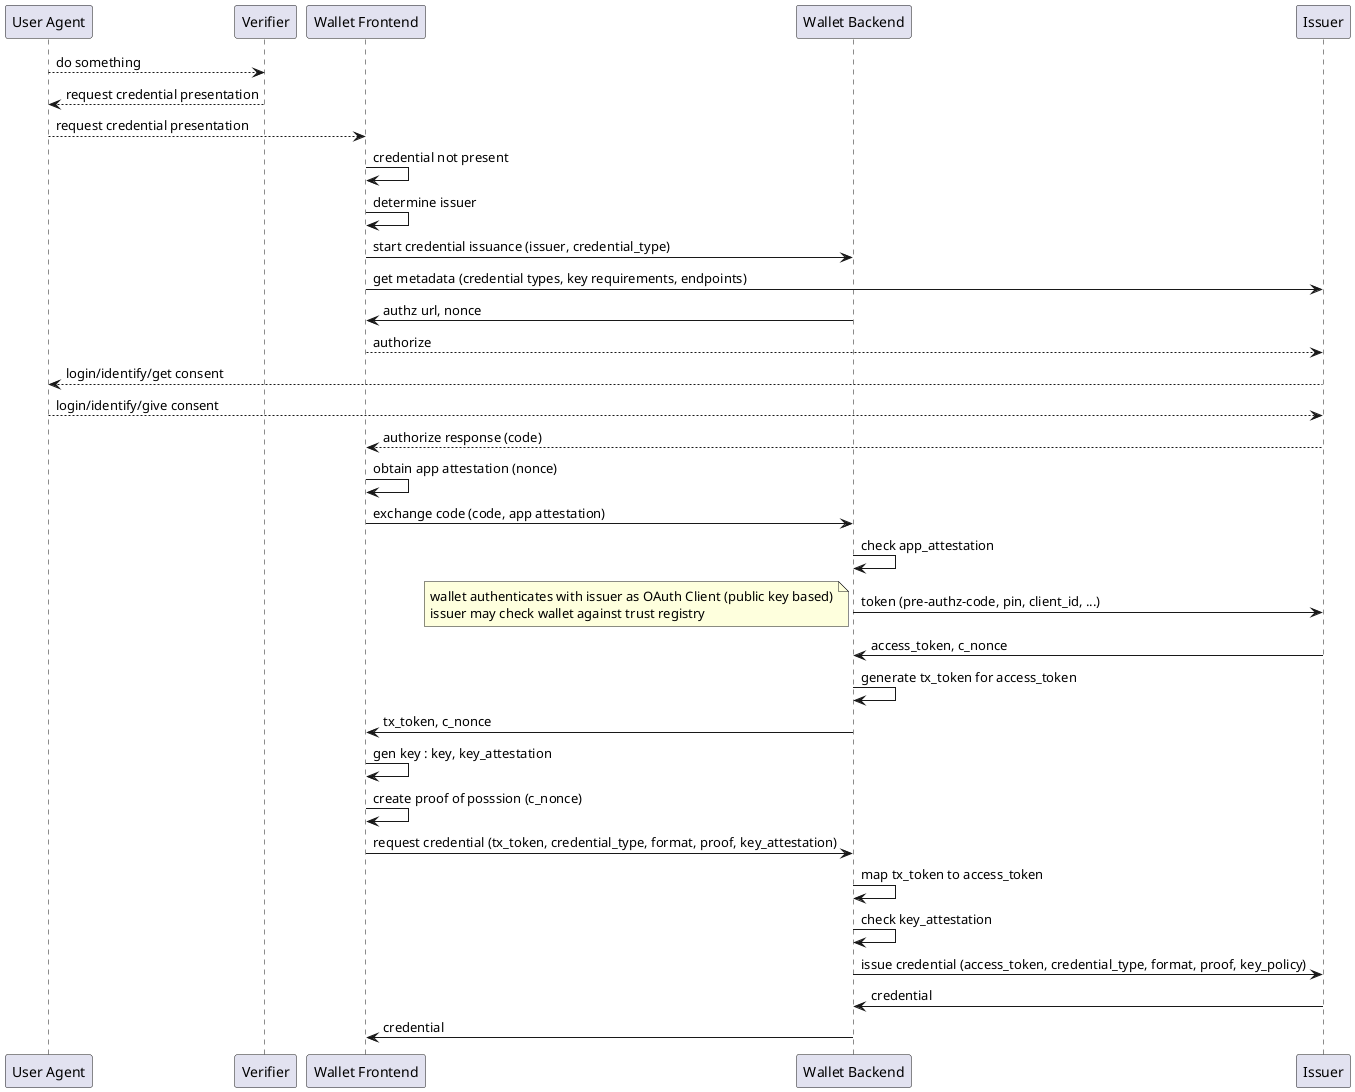
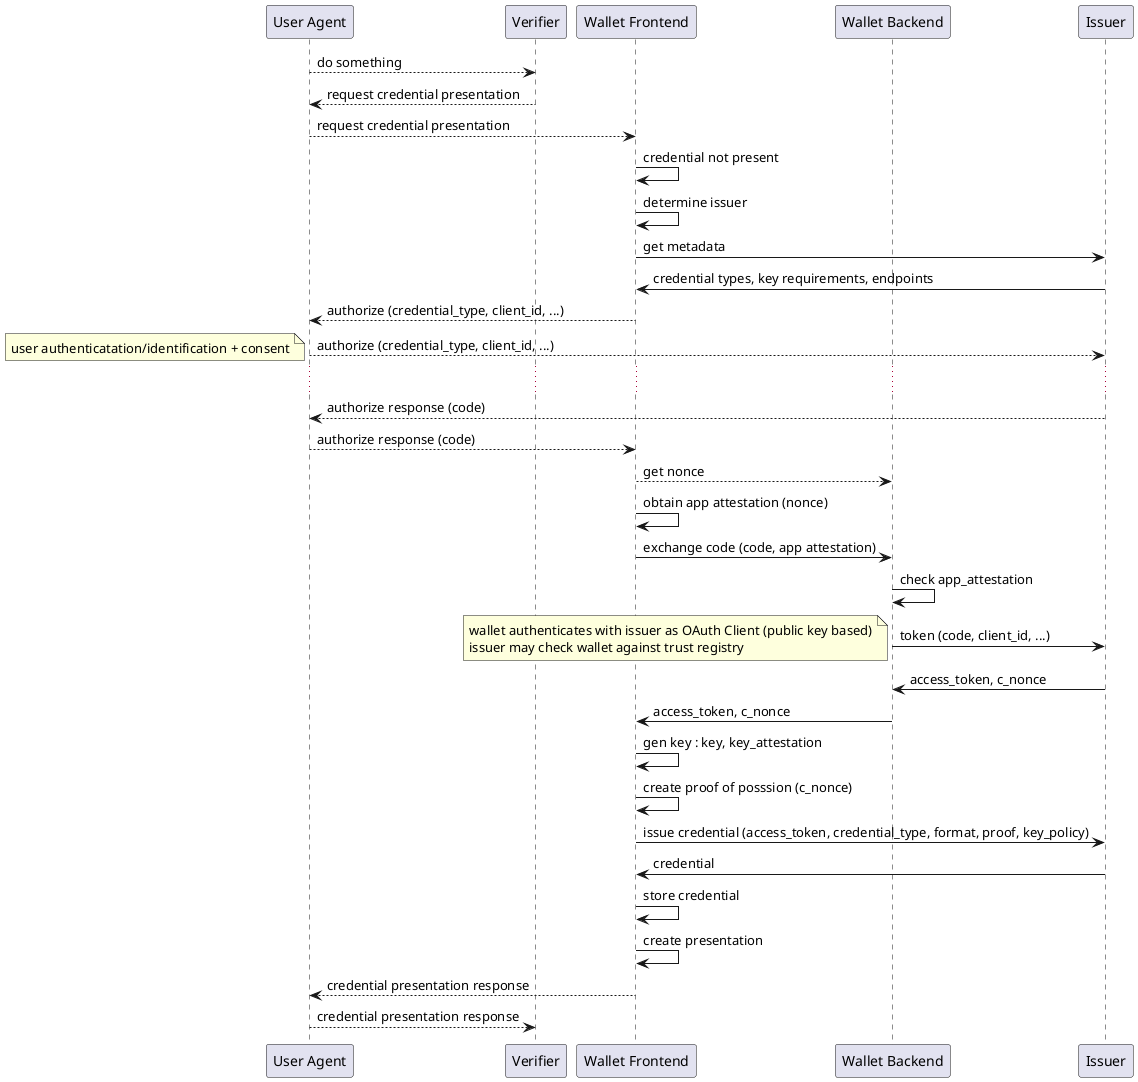
@startuml
participant "User Agent" as u
participant Verifier as v
participant "Wallet Frontend" as w
participant "Wallet Backend" as b
participant Issuer as i

u --> v : do something
v --> u : request credential presentation
u --> w : request credential presentation
w -> w : credential not present
w -> w : determine issuer
- w -> b : start credential issuance (issuer, credential_type)
- w -> i: get metadata (credential types, key requirements, endpoints)
- b -> w : authz url, nonce
- w --> i : authorize
- i --> u : login/identify/get consent
- u --> i : login/identify/give consent
- i --> w : authorize response (code)
+ w -> i: get metadata
+ i -> w: credential types, key requirements, endpoints
+ w --> u : authorize (credential_type, client_id, ...)
+ u --> i: authorize (credential_type, client_id, ...)
+ ...
+ note left: user authenticatation/identification + consent
+ i --> u : authorize response (code)
+ u --> w: authorize response (code)
+ w --> b: get nonce
w -> w : obtain app attestation (nonce)
w -> b : exchange code (code, app attestation)
b -> b : check app_attestation
- b -> i : token (pre-authz-code, pin, client_id, ...)
+ b -> i : token (code, client_id, ...)
note left: wallet authenticates with issuer as OAuth Client (public key based)\nissuer may check wallet against trust registry
i -> b : access_token, c_nonce
- b -> b : generate tx_token for access_token
- b -> w: tx_token, c_nonce
+ b -> w: access_token, c_nonce
w -> w : gen key : key, key_attestation
w -> w : create proof of posssion (c_nonce)
- w -> b : request credential (tx_token, credential_type, format, proof, key_attestation)
- b -> b : map tx_token to access_token
- b -> b : check key_attestation
- b -> i : issue credential (access_token, credential_type, format, proof, key_policy)
- i -> b : credential
- b -> w : credential
+ w -> i : issue credential (access_token, credential_type, format, proof, key_policy)
+ i -> w : credential
+ w -> w: store credential
+ w -> w: create presentation
+ w --> u: credential presentation response
+ u --> v: credential presentation response
@enduml